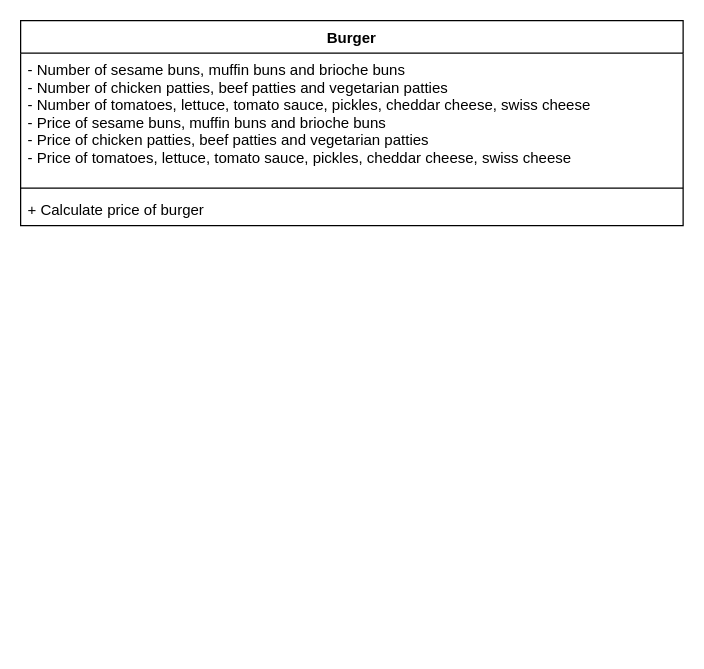
Earlier version of the draw.io diagram Milestone 2.drawio (AlanYang99/Online-Ordering). Source tidied: cells renumbered, new cells numbered last; positions are measured from the earlier drawing's top-left corner, leaving out a move shared by most shapes. Both pictures are drawn from the tidied source at 125%, with x=0, y=0 at pixel (20, 20).
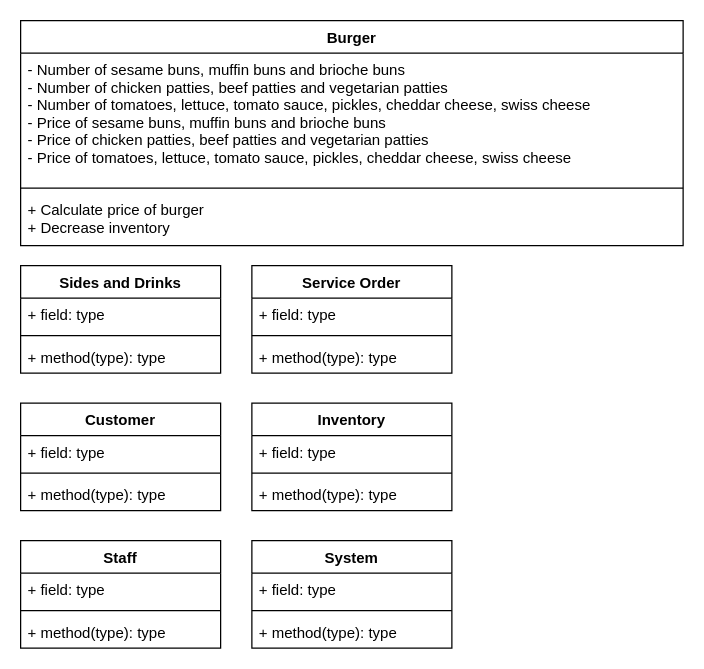
The same diagram, later.

The edit, as a diff of the source:
```diff
@@
     <mxCell id="2" value="Burger" style="swimlane;fontStyle=1;align=center;verticalAlign=top;horizontal=1;startSize=26;" parent="1" vertex="1">
-      <mxGeometry width="530" height="164" as="geometry" />
+      <mxGeometry width="530" height="180" as="geometry" />
     </mxCell>
@@
-    <mxCell id="5" value="+ Calculate price of burger " style="text;strokeColor=none;fillColor=none;align=left;verticalAlign=top;spacingLeft=4;spacingRight=4;overflow=hidden;" parent="2" vertex="1">
-      <mxGeometry y="138" width="530" height="26" as="geometry" />
+    <mxCell id="5" value="+ Calculate price of burger&#10;+ Decrease inventory&#10; " style="text;strokeColor=none;fillColor=none;align=left;verticalAlign=top;spacingLeft=4;spacingRight=4;overflow=hidden;" parent="2" vertex="1">
+      <mxGeometry y="138" width="530" height="42" as="geometry" />
     </mxCell>
+    <mxCell id="6" value="Sides and Drinks" style="swimlane;fontStyle=1;align=center;verticalAlign=top;horizontal=1;startSize=26;" parent="1" vertex="1">
+      <mxGeometry y="196" width="160" height="86" as="geometry" />
+    </mxCell>
+    <mxCell id="7" value="+ field: type" style="text;strokeColor=none;fillColor=none;align=left;verticalAlign=top;spacingLeft=4;spacingRight=4;overflow=hidden;" parent="6" vertex="1">
+      <mxGeometry y="26" width="160" height="26" as="geometry" />
+    </mxCell>
+    <mxCell id="8" style="line;strokeWidth=1;fillColor=none;align=left;verticalAlign=middle;spacingTop=-1;spacingLeft=3;spacingRight=3;labelPosition=right;" parent="6" vertex="1">
+      <mxGeometry y="52" width="160" height="8" as="geometry" />
+    </mxCell>
+    <mxCell id="9" value="+ method(type): type" style="text;strokeColor=none;fillColor=none;align=left;verticalAlign=top;spacingLeft=4;spacingRight=4;overflow=hidden;" parent="6" vertex="1">
+      <mxGeometry y="60" width="160" height="26" as="geometry" />
+    </mxCell>
+    <mxCell id="10" value="Customer" style="swimlane;fontStyle=1;align=center;verticalAlign=top;horizontal=1;startSize=26;" parent="1" vertex="1">
+      <mxGeometry y="306" width="160" height="86" as="geometry" />
+    </mxCell>
+    <mxCell id="11" value="+ field: type" style="text;strokeColor=none;fillColor=none;align=left;verticalAlign=top;spacingLeft=4;spacingRight=4;overflow=hidden;" parent="10" vertex="1">
+      <mxGeometry y="26" width="160" height="26" as="geometry" />
+    </mxCell>
+    <mxCell id="12" style="line;strokeWidth=1;fillColor=none;align=left;verticalAlign=middle;spacingTop=-1;spacingLeft=3;spacingRight=3;labelPosition=right;" parent="10" vertex="1">
+      <mxGeometry y="52" width="160" height="8" as="geometry" />
+    </mxCell>
+    <mxCell id="13" value="+ method(type): type" style="text;strokeColor=none;fillColor=none;align=left;verticalAlign=top;spacingLeft=4;spacingRight=4;overflow=hidden;" parent="10" vertex="1">
+      <mxGeometry y="60" width="160" height="26" as="geometry" />
+    </mxCell>
+    <mxCell id="14" value="Staff" style="swimlane;fontStyle=1;align=center;verticalAlign=top;horizontal=1;startSize=26;" parent="1" vertex="1">
+      <mxGeometry y="416" width="160" height="86" as="geometry" />
+    </mxCell>
+    <mxCell id="15" value="+ field: type" style="text;strokeColor=none;fillColor=none;align=left;verticalAlign=top;spacingLeft=4;spacingRight=4;overflow=hidden;" parent="14" vertex="1">
+      <mxGeometry y="26" width="160" height="26" as="geometry" />
+    </mxCell>
+    <mxCell id="16" style="line;strokeWidth=1;fillColor=none;align=left;verticalAlign=middle;spacingTop=-1;spacingLeft=3;spacingRight=3;labelPosition=right;" parent="14" vertex="1">
+      <mxGeometry y="52" width="160" height="8" as="geometry" />
+    </mxCell>
+    <mxCell id="17" value="+ method(type): type" style="text;strokeColor=none;fillColor=none;align=left;verticalAlign=top;spacingLeft=4;spacingRight=4;overflow=hidden;" parent="14" vertex="1">
+      <mxGeometry y="60" width="160" height="26" as="geometry" />
+    </mxCell>
+    <mxCell id="18" value="Service Order" style="swimlane;fontStyle=1;align=center;verticalAlign=top;horizontal=1;startSize=26;" parent="1" vertex="1">
+      <mxGeometry x="185" y="196" width="160" height="86" as="geometry" />
+    </mxCell>
+    <mxCell id="19" value="+ field: type" style="text;strokeColor=none;fillColor=none;align=left;verticalAlign=top;spacingLeft=4;spacingRight=4;overflow=hidden;" parent="18" vertex="1">
+      <mxGeometry y="26" width="160" height="26" as="geometry" />
+    </mxCell>
+    <mxCell id="20" style="line;strokeWidth=1;fillColor=none;align=left;verticalAlign=middle;spacingTop=-1;spacingLeft=3;spacingRight=3;labelPosition=right;" parent="18" vertex="1">
+      <mxGeometry y="52" width="160" height="8" as="geometry" />
+    </mxCell>
+    <mxCell id="21" value="+ method(type): type" style="text;strokeColor=none;fillColor=none;align=left;verticalAlign=top;spacingLeft=4;spacingRight=4;overflow=hidden;" parent="18" vertex="1">
+      <mxGeometry y="60" width="160" height="26" as="geometry" />
+    </mxCell>
+    <mxCell id="22" value="Inventory" style="swimlane;fontStyle=1;align=center;verticalAlign=top;horizontal=1;startSize=26;" parent="1" vertex="1">
+      <mxGeometry x="185" y="306" width="160" height="86" as="geometry" />
+    </mxCell>
+    <mxCell id="23" value="+ field: type" style="text;strokeColor=none;fillColor=none;align=left;verticalAlign=top;spacingLeft=4;spacingRight=4;overflow=hidden;" parent="22" vertex="1">
+      <mxGeometry y="26" width="160" height="26" as="geometry" />
+    </mxCell>
+    <mxCell id="24" style="line;strokeWidth=1;fillColor=none;align=left;verticalAlign=middle;spacingTop=-1;spacingLeft=3;spacingRight=3;labelPosition=right;" parent="22" vertex="1">
+      <mxGeometry y="52" width="160" height="8" as="geometry" />
+    </mxCell>
+    <mxCell id="25" value="+ method(type): type" style="text;strokeColor=none;fillColor=none;align=left;verticalAlign=top;spacingLeft=4;spacingRight=4;overflow=hidden;" parent="22" vertex="1">
+      <mxGeometry y="60" width="160" height="26" as="geometry" />
+    </mxCell>
+    <mxCell id="26" value="System" style="swimlane;fontStyle=1;align=center;verticalAlign=top;horizontal=1;startSize=26;" parent="1" vertex="1">
+      <mxGeometry x="185" y="416" width="160" height="86" as="geometry" />
+    </mxCell>
+    <mxCell id="27" value="+ field: type" style="text;strokeColor=none;fillColor=none;align=left;verticalAlign=top;spacingLeft=4;spacingRight=4;overflow=hidden;" parent="26" vertex="1">
+      <mxGeometry y="26" width="160" height="26" as="geometry" />
+    </mxCell>
+    <mxCell id="28" style="line;strokeWidth=1;fillColor=none;align=left;verticalAlign=middle;spacingTop=-1;spacingLeft=3;spacingRight=3;labelPosition=right;" parent="26" vertex="1">
+      <mxGeometry y="52" width="160" height="8" as="geometry" />
+    </mxCell>
+    <mxCell id="29" value="+ method(type): type" style="text;strokeColor=none;fillColor=none;align=left;verticalAlign=top;spacingLeft=4;spacingRight=4;overflow=hidden;" parent="26" vertex="1">
+      <mxGeometry y="60" width="160" height="26" as="geometry" />
+    </mxCell>
```
